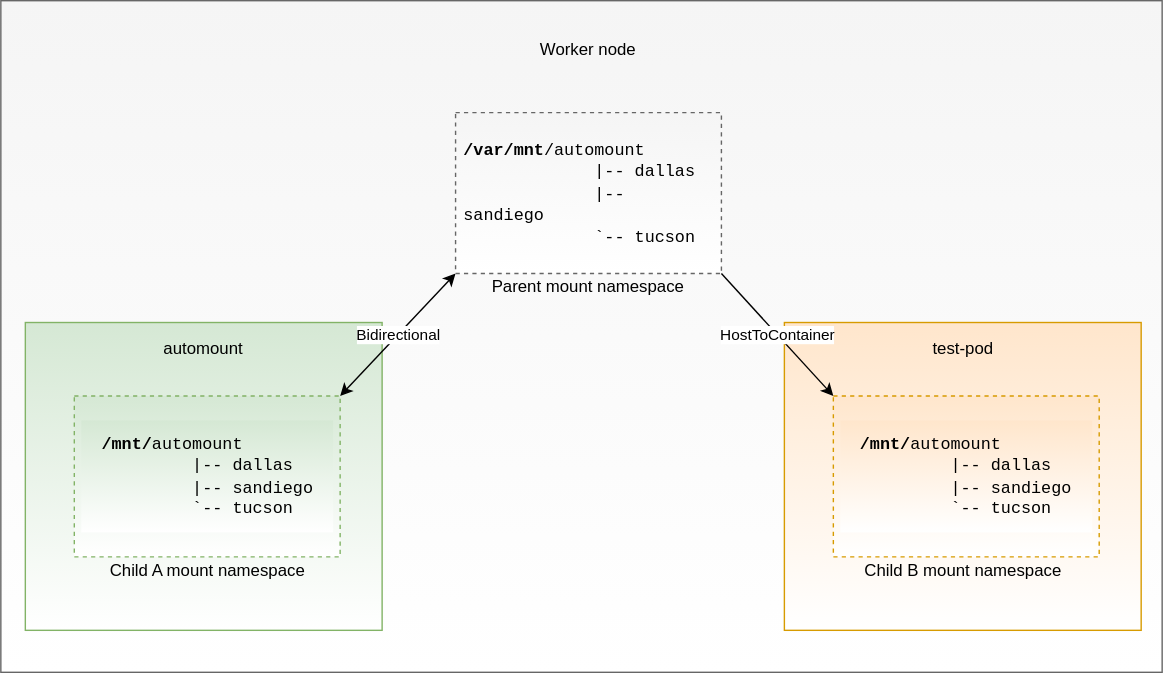
The draw.io diagram docs/diagrams/openshift_automount_nfs_mount_propagation.svg in noseka1/openshift-automount-nfs-poc, before a commit. Source tidied: cells renumbered, new cells last; positions are measured from the earlier drawing's top-left corner, leaving out a move shared by most shapes.
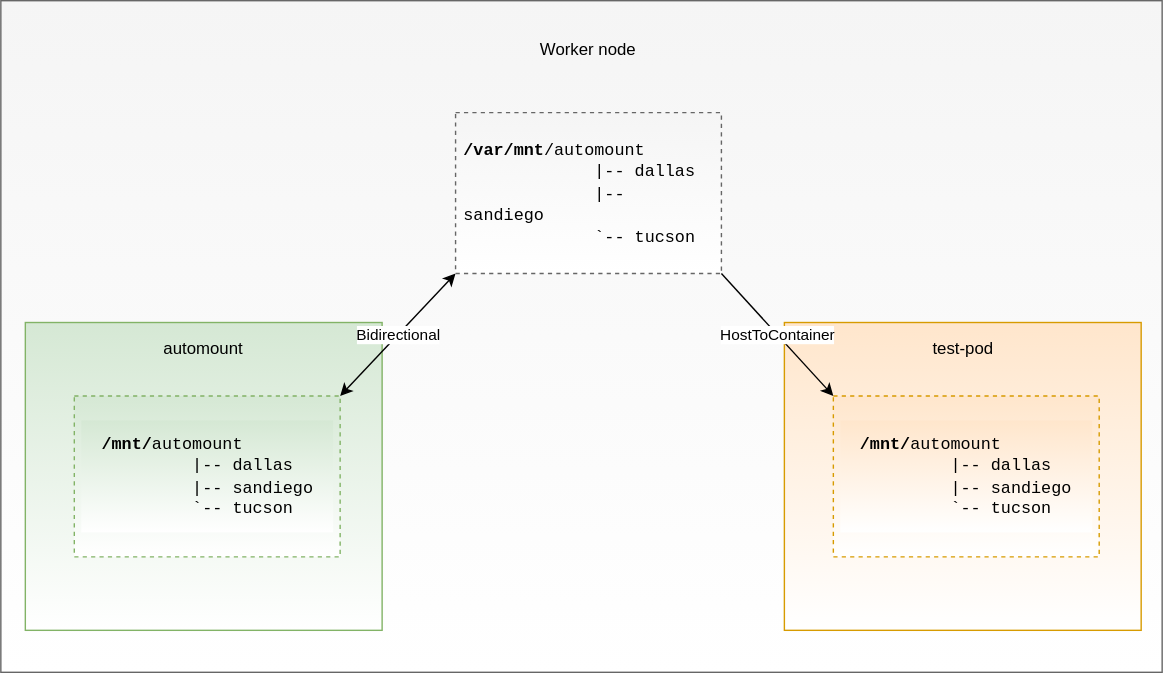
After the change.

Commit message:
Update mount propagation diagram

Diff of the diagram source:
```diff
@@ -44,14 +44,5 @@
     <mxCell id="15" value="&lt;div align=&quot;left&quot;&gt;&lt;font face=&quot;Courier New&quot;&gt;&lt;b&gt;/mnt/&lt;/b&gt;automount&lt;br&gt;&amp;nbsp;&amp;nbsp;&amp;nbsp;&amp;nbsp;&amp;nbsp;&amp;nbsp;&amp;nbsp;&amp;nbsp; |-- dallas&lt;br&gt;&amp;nbsp;&amp;nbsp;&amp;nbsp;&amp;nbsp;&amp;nbsp;&amp;nbsp;&amp;nbsp;&amp;nbsp; |-- sandiego&lt;br&gt;&amp;nbsp;&amp;nbsp;&amp;nbsp;&amp;nbsp;&amp;nbsp;&amp;nbsp;&amp;nbsp;&amp;nbsp; `-- tucson&lt;br&gt;&lt;/font&gt;&lt;/div&gt;" style="text;html=1;fillColor=#d5e8d4;align=center;verticalAlign=middle;whiteSpace=wrap;rounded=0;dashed=1;gradientColor=#ffffff;" parent="1" vertex="1">
       <mxGeometry x="57.5" y="300" width="180" height="80" as="geometry" />
     </mxCell>
-    <mxCell id="16" value="Parent mount namespace" style="text;html=1;strokeColor=none;fillColor=none;align=center;verticalAlign=middle;whiteSpace=wrap;rounded=0;" parent="1" vertex="1">
-      <mxGeometry x="345" y="195" width="150" height="20" as="geometry" />
-    </mxCell>
-    <mxCell id="17" value="Child A mount namespace" style="text;html=1;strokeColor=none;fillColor=none;align=center;verticalAlign=middle;whiteSpace=wrap;rounded=0;" parent="1" vertex="1">
-      <mxGeometry x="72.5" y="397.5" width="150" height="20" as="geometry" />
-    </mxCell>
-    <mxCell id="18" value="Child B mount namespace" style="text;html=1;strokeColor=none;fillColor=none;align=center;verticalAlign=middle;whiteSpace=wrap;rounded=0;" parent="1" vertex="1">
-      <mxGeometry x="612.5" y="397.5" width="150" height="20" as="geometry" />
-    </mxCell>
   </root>
 </mxGraphModel>
```
